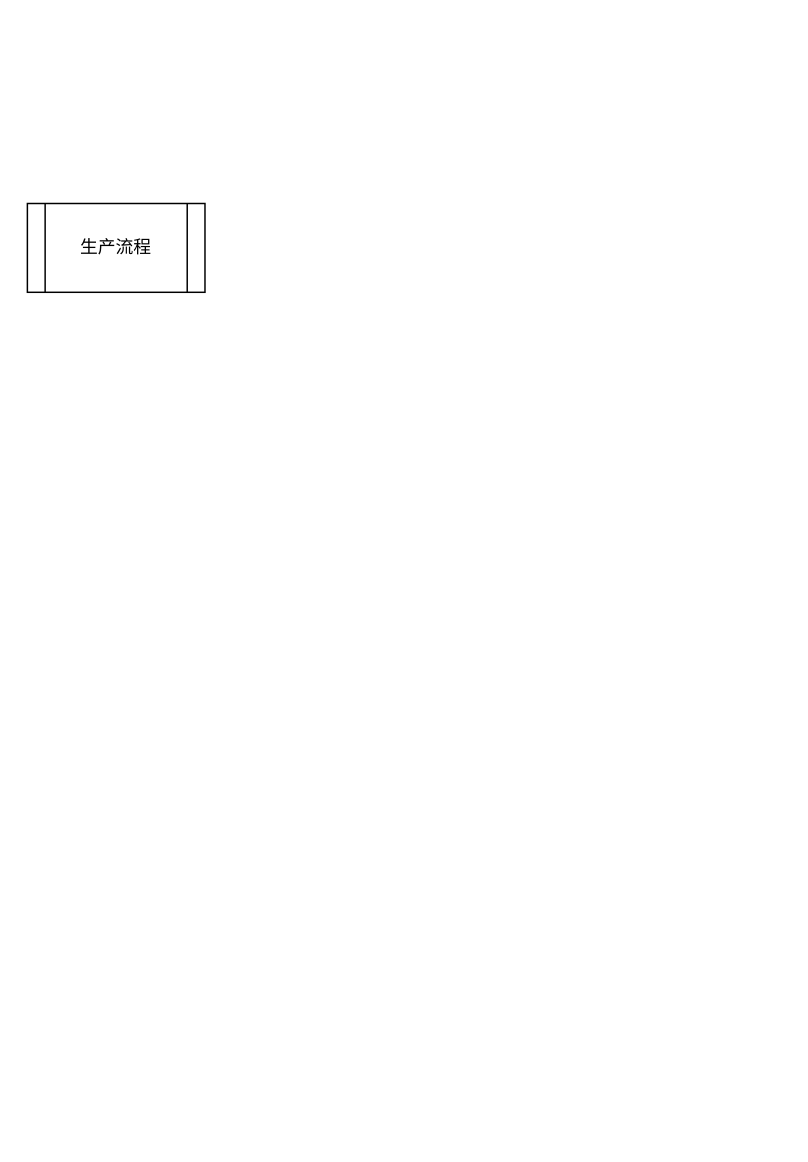
sstlin/os-shell keeps this draw.io diagram as page "末检" (3 of 5) of 首检流程.drawio. Above is the earlier version. Source tidied: cells renumbered, new cells numbered last; positions are measured from the earlier drawing's top-left corner, leaving out a move shared by most shapes. Both pictures are drawn from the tidied source at 148%, with x=0, y=0 at pixel (27, 203).
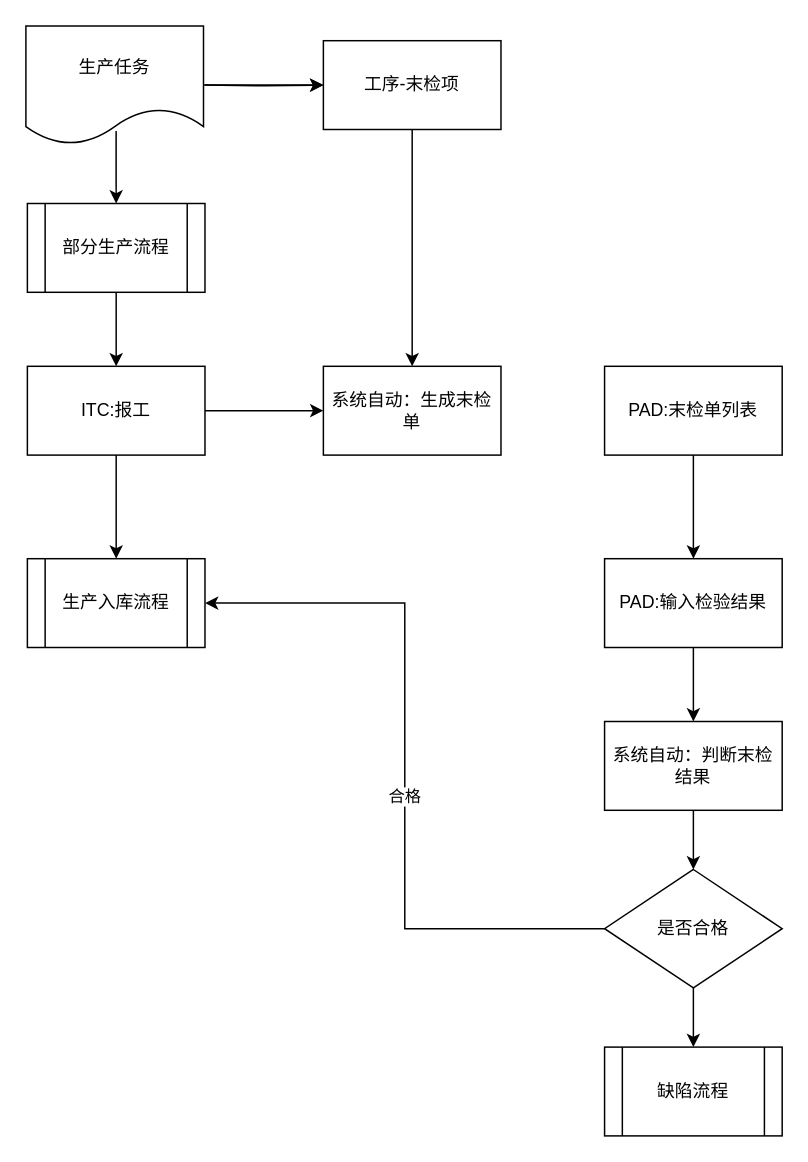
Above is the later version.

Change to the diagram source:
```diff
@@
+    <mxCell id="3" style="edgeStyle=orthogonalEdgeStyle;rounded=0;jettySize=auto;html=1;exitX=0.5;exitY=1;exitDx=0;exitDy=0;entryX=0.5;entryY=0;entryDx=0;entryDy=0;" parent="1" edge="1" source="2" target="6">
+      <mxGeometry relative="1" as="geometry" />
+    </mxCell>
-    <mxCell id="2" value="生产流程" style="shape=process;whiteSpace=wrap;html=1;backgroundOutline=1;" parent="1" vertex="1">
+    <mxCell id="2" value="部分生产流程" style="shape=process;whiteSpace=wrap;html=1;backgroundOutline=1;" parent="1" vertex="1">
       <mxGeometry width="120" height="60" as="geometry" />
     </mxCell>
+    <mxCell id="4" style="edgeStyle=orthogonalEdgeStyle;rounded=0;jettySize=auto;html=1;exitX=1;exitY=0.5;exitDx=0;exitDy=0;entryX=0;entryY=0.5;entryDx=0;entryDy=0;" parent="1" edge="1" source="6" target="11">
+      <mxGeometry relative="1" as="geometry" />
+    </mxCell>
+    <mxCell id="5" style="edgeStyle=orthogonalEdgeStyle;rounded=0;jettySize=auto;html=1;exitX=0.5;exitY=1;exitDx=0;exitDy=0;" parent="1" edge="1" source="6" target="22">
+      <mxGeometry relative="1" as="geometry" />
+    </mxCell>
+    <mxCell id="6" value="ITC:报工" style="rounded=0;whiteSpace=wrap;html=1;" parent="1" vertex="1">
+      <mxGeometry y="110" width="120" height="60" as="geometry" />
+    </mxCell>
+    <mxCell id="7" style="edgeStyle=orthogonalEdgeStyle;rounded=0;jettySize=auto;html=1;exitX=1;exitY=0.5;exitDx=0;exitDy=0;entryX=0;entryY=0.5;entryDx=0;entryDy=0;" parent="1" edge="1" target="10">
+      <mxGeometry relative="1" as="geometry">
+        <mxPoint x="120" y="-80" as="sourcePoint" />
+      </mxGeometry>
+    </mxCell>
+    <mxCell id="8" style="edgeStyle=orthogonalEdgeStyle;rounded=0;jettySize=auto;html=1;exitX=0.508;exitY=0.888;exitDx=0;exitDy=0;entryX=0.5;entryY=0;entryDx=0;entryDy=0;exitPerimeter=0;" parent="1" edge="1" source="15" target="2">
+      <mxGeometry relative="1" as="geometry" />
+    </mxCell>
+    <mxCell id="9" style="edgeStyle=orthogonalEdgeStyle;rounded=0;jettySize=auto;html=1;exitX=0.5;exitY=1;exitDx=0;exitDy=0;entryX=0.5;entryY=0;entryDx=0;entryDy=0;" parent="1" edge="1" source="10" target="11">
+      <mxGeometry relative="1" as="geometry" />
+    </mxCell>
+    <mxCell id="10" value="工序-末检项" style="rounded=0;whiteSpace=wrap;html=1;" parent="1" vertex="1">
+      <mxGeometry x="200" y="-110" width="120" height="60" as="geometry" />
+    </mxCell>
+    <mxCell id="11" value="系统自动：生成末检单" style="rounded=0;whiteSpace=wrap;html=1;" parent="1" vertex="1">
+      <mxGeometry x="200" y="110" width="120" height="60" as="geometry" />
+    </mxCell>
+    <mxCell id="12" style="edgeStyle=orthogonalEdgeStyle;rounded=0;jettySize=auto;html=1;exitX=0.5;exitY=1;exitDx=0;exitDy=0;entryX=0.5;entryY=0;entryDx=0;entryDy=0;" parent="1" edge="1" source="13" target="17">
+      <mxGeometry relative="1" as="geometry" />
+    </mxCell>
+    <mxCell id="13" value="PAD:末检单列表" style="rounded=0;whiteSpace=wrap;html=1;" parent="1" vertex="1">
+      <mxGeometry x="390" y="110" width="120" height="60" as="geometry" />
+    </mxCell>
+    <mxCell id="14" style="edgeStyle=orthogonalEdgeStyle;rounded=0;jettySize=auto;html=1;exitX=1;exitY=0.5;exitDx=0;exitDy=0;" parent="1" edge="1" source="15" target="10">
+      <mxGeometry relative="1" as="geometry" />
+    </mxCell>
+    <mxCell id="15" value="生产任务" style="shape=document;whiteSpace=wrap;html=1;boundedLbl=1;" parent="1" vertex="1">
+      <mxGeometry x="-1" y="-120" width="120" height="80" as="geometry" />
+    </mxCell>
+    <mxCell id="16" style="edgeStyle=orthogonalEdgeStyle;rounded=0;jettySize=auto;html=1;exitX=0.5;exitY=1;exitDx=0;exitDy=0;entryX=0.5;entryY=0;entryDx=0;entryDy=0;" parent="1" edge="1" source="17" target="21">
+      <mxGeometry relative="1" as="geometry" />
+    </mxCell>
+    <mxCell id="17" value="PAD:输入检验结果" style="rounded=0;whiteSpace=wrap;html=1;" parent="1" vertex="1">
+      <mxGeometry x="390" y="240" width="120" height="60" as="geometry" />
+    </mxCell>
+    <mxCell id="18" style="edgeStyle=orthogonalEdgeStyle;rounded=0;jettySize=auto;html=1;exitX=0;exitY=0.5;exitDx=0;exitDy=0;entryX=1;entryY=0.5;entryDx=0;entryDy=0;" parent="1" edge="1" source="24" target="22">
+      <mxGeometry relative="1" as="geometry" />
+    </mxCell>
+    <mxCell id="19" value="合格" style="edgeLabel;html=1;align=center;verticalAlign=middle;" parent="18" vertex="1">
+      <mxGeometry x="-0.08" y="1" relative="1" as="geometry" />
+    </mxCell>
+    <mxCell id="20" style="edgeStyle=orthogonalEdgeStyle;rounded=0;jettySize=auto;html=1;exitX=0.5;exitY=1;exitDx=0;exitDy=0;entryX=0.5;entryY=0;entryDx=0;entryDy=0;" parent="1" edge="1" source="21" target="24">
+      <mxGeometry relative="1" as="geometry" />
+    </mxCell>
+    <mxCell id="21" value="系统自动：判断末检结果" style="rounded=0;whiteSpace=wrap;html=1;" parent="1" vertex="1">
+      <mxGeometry x="390" y="350" width="120" height="60" as="geometry" />
+    </mxCell>
+    <mxCell id="22" value="生产入库流程" style="shape=process;whiteSpace=wrap;html=1;backgroundOutline=1;" parent="1" vertex="1">
+      <mxGeometry y="240" width="120" height="60" as="geometry" />
+    </mxCell>
+    <mxCell id="23" style="edgeStyle=orthogonalEdgeStyle;rounded=0;jettySize=auto;html=1;exitX=0.5;exitY=1;exitDx=0;exitDy=0;entryX=0.5;entryY=0;entryDx=0;entryDy=0;" parent="1" edge="1" source="24" target="25">
+      <mxGeometry relative="1" as="geometry" />
+    </mxCell>
+    <mxCell id="24" value="是否合格" style="rhombus;whiteSpace=wrap;html=1;" parent="1" vertex="1">
+      <mxGeometry x="390" y="450" width="120" height="80" as="geometry" />
+    </mxCell>
+    <mxCell id="25" value="缺陷流程" style="shape=process;whiteSpace=wrap;html=1;backgroundOutline=1;" parent="1" vertex="1">
+      <mxGeometry x="390" y="570" width="120" height="60" as="geometry" />
+    </mxCell>
```
